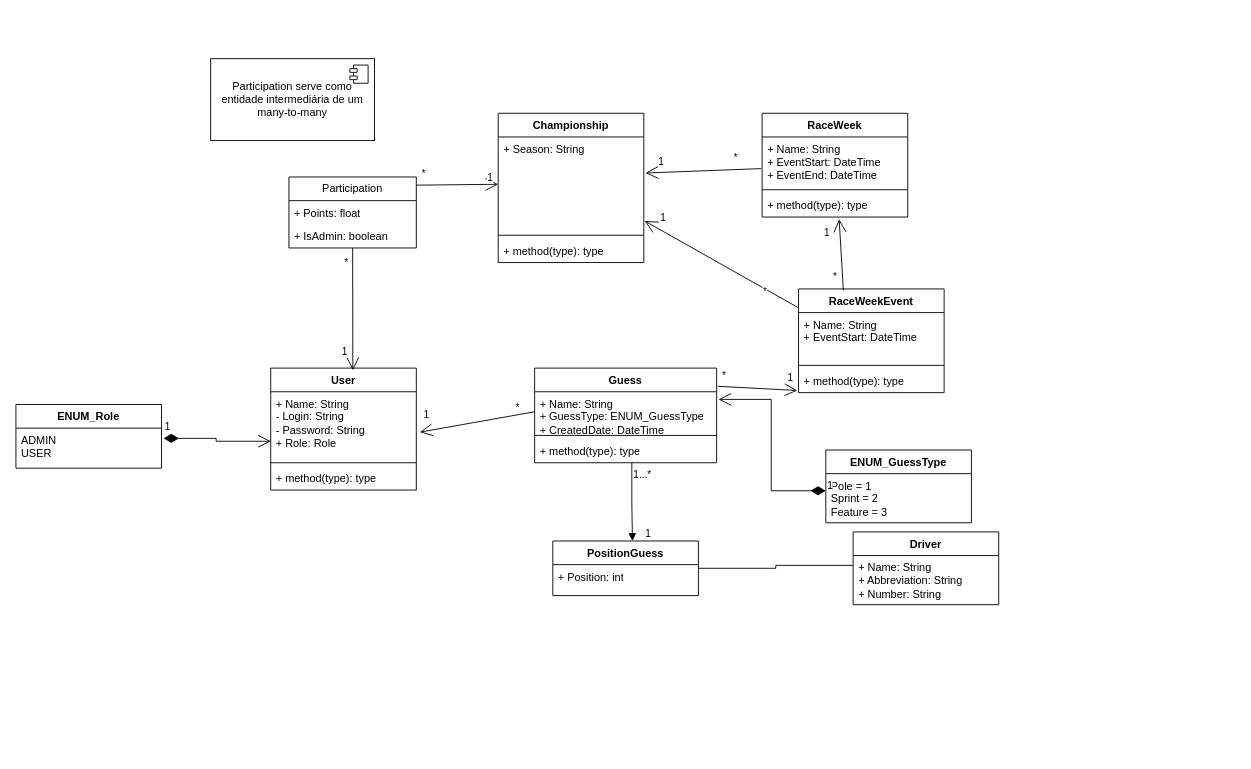
WesllenWorld/f1-palpiteiros-api keeps this draw.io diagram as f1-palpiteiros-api/f1ppt (2).drawio. Above is the earlier version. Source tidied: cells renumbered, new cells numbered last; positions are measured from the earlier drawing's top-left corner, leaving out a move shared by most shapes. Both pictures are drawn from the tidied source at 91%, with x=0, y=0 at pixel (15, 58).
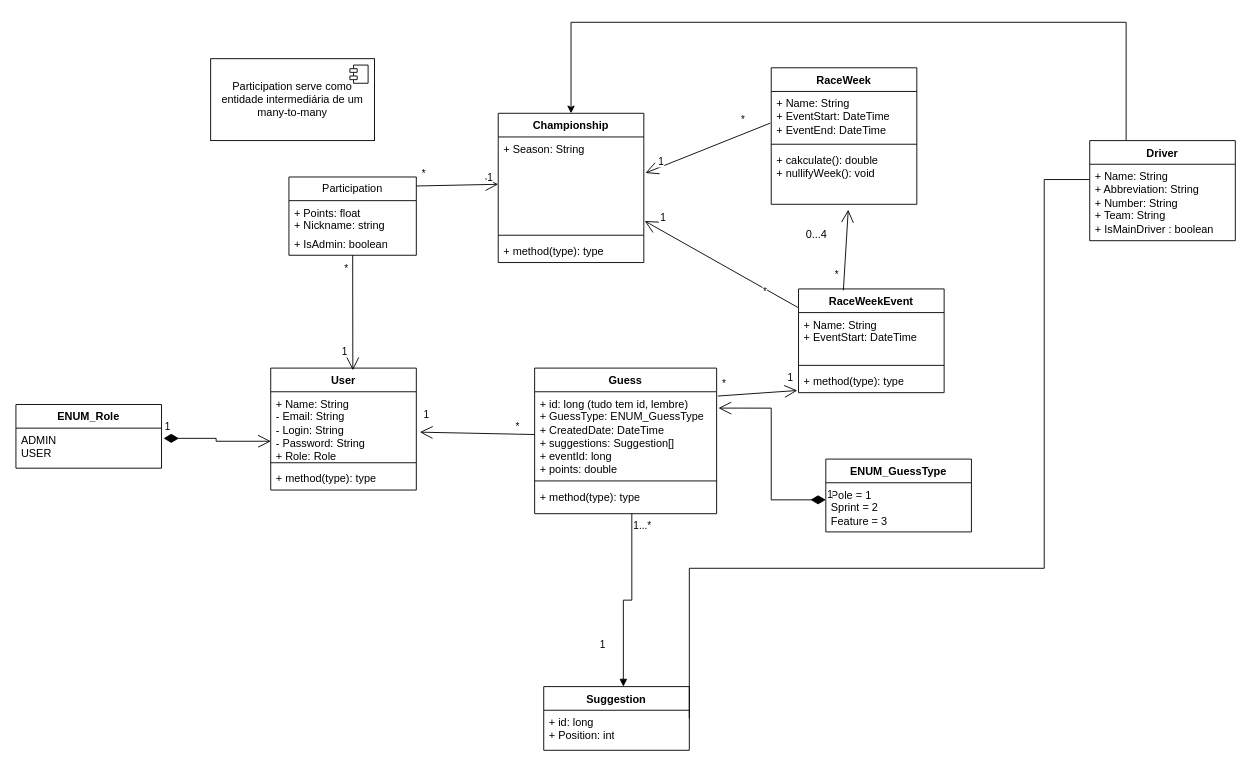
Above is the later version.

Unchanged cells that the change refers to:
```xml
<mxCell id="2" value="User" style="swimlane;fontStyle=1;align=center;verticalAlign=top;horizontal=1;startSize=26;whiteSpace=wrap;html=1;" parent="1" vertex="1">
  <mxGeometry x="280" y="340" width="160" height="134" as="geometry" />
</mxCell>
<mxCell id="6" value="Championship" style="swimlane;fontStyle=1;align=center;verticalAlign=top;horizontal=1;startSize=26;whiteSpace=wrap;html=1;" parent="1" vertex="1">
  <mxGeometry x="530" y="60" width="160" height="164" as="geometry" />
</mxCell>
<mxCell id="53" value="1...*" style="endArrow=block;endFill=1;html=1;edgeStyle=orthogonalEdgeStyle;align=left;verticalAlign=top;rounded=0;exitX=0.534;exitY=1;exitDx=0;exitDy=0;exitPerimeter=0;entryX=0.547;entryY=0;entryDx=0;entryDy=0;entryPerimeter=0;" parent="1" edge="1" source="23" target="55">
  <mxGeometry x="-1" relative="1" as="geometry" />
</mxCell>
```

What changed in the source:
```diff
@@
-    <mxCell id="3" value="+ Name: String&lt;div&gt;- Login: String&lt;/div&gt;&lt;div&gt;- Password: String&lt;/div&gt;&lt;div&gt;+ Role: Role&lt;/div&gt;" style="text;strokeColor=none;fillColor=none;align=left;verticalAlign=top;spacingLeft=4;spacingRight=4;overflow=hidden;points=[[0,0.5],[1,0.5]];portConstraint=eastwest;whiteSpace=wrap;html=1;" parent="2" vertex="1">
+    <mxCell id="3" value="+ Name: String&lt;div&gt;- Email: String&lt;br&gt;&lt;div&gt;- Login: String&lt;/div&gt;&lt;div&gt;- Password: String&lt;/div&gt;&lt;div&gt;+ Role: Role&lt;/div&gt;&lt;/div&gt;" style="text;strokeColor=none;fillColor=none;align=left;verticalAlign=top;spacingLeft=4;spacingRight=4;overflow=hidden;points=[[0,0.5],[1,0.5]];portConstraint=eastwest;whiteSpace=wrap;html=1;" parent="2" vertex="1">
       <mxGeometry y="26" width="160" height="74" as="geometry" />
     </mxCell>
@@
     <mxCell id="12" value="Participation" style="swimlane;fontStyle=0;horizontal=1;startSize=26;fillColor=none;whiteSpace=wrap;html=1;" parent="1" vertex="1">
-      <mxGeometry x="300" y="130" width="140" height="78" as="geometry" />
+      <mxGeometry x="300" y="130" width="140" height="86" as="geometry" />
     </mxCell>
-    <mxCell id="13" value="+ Points: float" style="text;strokeColor=none;fillColor=none;align=left;verticalAlign=top;spacingLeft=4;spacingRight=4;overflow=hidden;whiteSpace=wrap;html=1;" parent="12" vertex="1">
-      <mxGeometry y="26" width="140" height="26" as="geometry" />
+    <mxCell id="13" value="+ Points: float&lt;div&gt;+ Nickname: string&lt;/div&gt;" style="text;strokeColor=none;fillColor=none;align=left;verticalAlign=top;spacingLeft=4;spacingRight=4;overflow=hidden;whiteSpace=wrap;html=1;" parent="12" vertex="1">
+      <mxGeometry y="26" width="140" height="34" as="geometry" />
     </mxCell>
     <mxCell id="14" value="+ IsAdmin: boolean" style="text;strokeColor=none;fillColor=none;align=left;verticalAlign=top;spacingLeft=4;spacingRight=4;overflow=hidden;whiteSpace=wrap;html=1;" parent="12" vertex="1">
-      <mxGeometry y="52" width="140" height="26" as="geometry" />
+      <mxGeometry y="60" width="140" height="26" as="geometry" />
     </mxCell>
@@
     <mxCell id="20" value="Guess" style="swimlane;fontStyle=1;align=center;verticalAlign=top;horizontal=1;startSize=26;whiteSpace=wrap;html=1;" parent="1" vertex="1">
-      <mxGeometry x="570" y="340" width="200" height="104" as="geometry" />
+      <mxGeometry x="570" y="340" width="200" height="160" as="geometry" />
     </mxCell>
-    <mxCell id="21" value="&lt;div&gt;+ Name: String&lt;/div&gt;+ GuessType: ENUM_GuessType&lt;div&gt;+ CreatedDate: DateTime&lt;/div&gt;" style="text;strokeColor=none;fillColor=none;align=left;verticalAlign=top;spacingLeft=4;spacingRight=4;overflow=hidden;points=[[0,0.5],[1,0.5]];portConstraint=eastwest;whiteSpace=wrap;html=1;" parent="20" vertex="1">
-      <mxGeometry y="26" width="200" height="44" as="geometry" />
+    <mxCell id="21" value="&lt;div&gt;+ id: long (tudo tem id, lembre)&lt;/div&gt;+ GuessType: ENUM_GuessType&lt;div&gt;+ CreatedDate: DateTime&lt;/div&gt;&lt;div&gt;+ suggestions: Suggestion[]&lt;/div&gt;&lt;div&gt;+ eventId: long&lt;/div&gt;&lt;div&gt;+ points: double&lt;/div&gt;" style="text;strokeColor=none;fillColor=none;align=left;verticalAlign=top;spacingLeft=4;spacingRight=4;overflow=hidden;points=[[0,0.5],[1,0.5]];portConstraint=eastwest;whiteSpace=wrap;html=1;" parent="20" vertex="1">
+      <mxGeometry y="26" width="200" height="94" as="geometry" />
     </mxCell>
     <mxCell id="22" style="line;strokeWidth=1;fillColor=none;align=left;verticalAlign=middle;spacingTop=-1;spacingLeft=3;spacingRight=3;labelPosition=right;strokeColor=inherit;" parent="20" vertex="1">
-      <mxGeometry y="70" width="200" height="8" as="geometry" />
+      <mxGeometry y="120" width="200" height="8" as="geometry" />
     </mxCell>
     <mxCell id="23" value="+ method(type): type" style="text;strokeColor=none;fillColor=none;align=left;verticalAlign=top;spacingLeft=4;spacingRight=4;overflow=hidden;points=[[0,0.5],[1,0.5]];portConstraint=eastwest;whiteSpace=wrap;html=1;" parent="20" vertex="1">
-      <mxGeometry y="78" width="200" height="26" as="geometry" />
+      <mxGeometry y="128" width="200" height="32" as="geometry" />
     </mxCell>
     <mxCell id="24" value="ENUM_GuessType" style="swimlane;fontStyle=1;align=center;verticalAlign=top;horizontal=1;startSize=26;whiteSpace=wrap;html=1;" parent="1" vertex="1">
-      <mxGeometry x="890" y="430" width="160" height="80" as="geometry" />
+      <mxGeometry x="890" y="440" width="160" height="80" as="geometry" />
     </mxCell>
@@
+    <mxCell id="70" style="edgeStyle=orthogonalEdgeStyle;rounded=0;jettySize=auto;html=1;exitX=0.25;exitY=0;exitDx=0;exitDy=0;entryX=0.5;entryY=0;entryDx=0;entryDy=0;" parent="1" edge="1" source="26" target="6">
+      <mxGeometry relative="1" as="geometry">
+        <Array as="points">
+          <mxPoint x="1220" y="-40" />
+          <mxPoint x="610" y="-40" />
+        </Array>
+      </mxGeometry>
+    </mxCell>
     <mxCell id="26" value="Driver" style="swimlane;fontStyle=1;align=center;verticalAlign=top;horizontal=1;startSize=26;whiteSpace=wrap;html=1;" parent="1" vertex="1">
-      <mxGeometry x="920" y="520" width="160" height="80" as="geometry" />
+      <mxGeometry x="1180" y="90" width="160" height="110" as="geometry" />
     </mxCell>
-    <mxCell id="27" value="+ Name: String&lt;div&gt;+ Abbreviation: String&lt;/div&gt;&lt;div&gt;+ Number: String&lt;/div&gt;" style="text;strokeColor=none;fillColor=none;align=left;verticalAlign=top;spacingLeft=4;spacingRight=4;overflow=hidden;points=[[0,0.5],[1,0.5]];portConstraint=eastwest;whiteSpace=wrap;html=1;" parent="26" vertex="1">
-      <mxGeometry y="26" width="160" height="54" as="geometry" />
+    <mxCell id="27" value="+ Name: String&lt;div&gt;+ Abbreviation: String&lt;/div&gt;&lt;div&gt;+ Number: String&lt;/div&gt;&lt;div&gt;+ Team: String&lt;br&gt;+ IsMainDriver : boolean&lt;/div&gt;&lt;div&gt;&lt;br&gt;&lt;/div&gt;" style="text;strokeColor=none;fillColor=none;align=left;verticalAlign=top;spacingLeft=4;spacingRight=4;overflow=hidden;points=[[0,0.5],[1,0.5]];portConstraint=eastwest;whiteSpace=wrap;html=1;" parent="26" vertex="1">
+      <mxGeometry y="26" width="160" height="84" as="geometry" />
     </mxCell>
     <mxCell id="28" value="RaceWeek" style="swimlane;fontStyle=1;align=center;verticalAlign=top;horizontal=1;startSize=26;whiteSpace=wrap;html=1;" parent="1" vertex="1">
-      <mxGeometry x="820" y="60" width="160" height="114" as="geometry" />
+      <mxGeometry x="830" y="10" width="160" height="150" as="geometry" />
     </mxCell>
@@
-    <mxCell id="31" value="+ method(type): type" style="text;strokeColor=none;fillColor=none;align=left;verticalAlign=top;spacingLeft=4;spacingRight=4;overflow=hidden;points=[[0,0.5],[1,0.5]];portConstraint=eastwest;whiteSpace=wrap;html=1;" parent="28" vertex="1">
-      <mxGeometry y="88" width="160" height="26" as="geometry" />
+    <mxCell id="31" value="+ cakculate(): double&lt;div&gt;+ nullifyWeek(): void&lt;/div&gt;" style="text;strokeColor=none;fillColor=none;align=left;verticalAlign=top;spacingLeft=4;spacingRight=4;overflow=hidden;points=[[0,0.5],[1,0.5]];portConstraint=eastwest;whiteSpace=wrap;html=1;" parent="28" vertex="1">
+      <mxGeometry y="88" width="160" height="62" as="geometry" />
     </mxCell>
@@
     <mxCell id="54" value="1" style="edgeLabel;html=1;align=left;verticalAlign=bottom;" parent="53" vertex="1">
       <mxGeometry x="-1" relative="1" as="geometry">
-        <mxPoint x="13" y="86" as="offset" />
+        <mxPoint x="-37" y="152" as="offset" />
       </mxGeometry>
     </mxCell>
-    <mxCell id="55" value="PositionGuess" style="swimlane;fontStyle=1;align=center;verticalAlign=top;horizontal=1;startSize=26;whiteSpace=wrap;html=1;" parent="1" vertex="1">
-      <mxGeometry x="590" y="530" width="160" height="60" as="geometry" />
+    <mxCell id="55" value="Suggestion" style="swimlane;fontStyle=1;align=center;verticalAlign=top;horizontal=1;startSize=26;whiteSpace=wrap;html=1;" parent="1" vertex="1">
+      <mxGeometry x="580" y="690" width="160" height="70" as="geometry" />
     </mxCell>
-    <mxCell id="56" value="+ Position: int" style="text;strokeColor=none;fillColor=none;align=left;verticalAlign=top;spacingLeft=4;spacingRight=4;overflow=hidden;whiteSpace=wrap;html=1;" parent="55" vertex="1">
-      <mxGeometry y="26" width="160" height="34" as="geometry" />
+    <mxCell id="56" value="&lt;div&gt;+ id: long&lt;/div&gt;+ Position: int" style="text;strokeColor=none;fillColor=none;align=left;verticalAlign=top;spacingLeft=4;spacingRight=4;overflow=hidden;whiteSpace=wrap;html=1;" parent="55" vertex="1">
+      <mxGeometry y="26" width="160" height="44" as="geometry" />
     </mxCell>
     <mxCell id="57" style="endArrow=none;html=1;edgeStyle=orthogonalEdgeStyle;rounded=0;exitX=1;exitY=0.5;exitDx=0;exitDy=0;entryX=0;entryY=0.2;entryDx=0;entryDy=0;entryPerimeter=0;" parent="1" edge="1" source="55" target="27">
-      <mxGeometry relative="1" as="geometry" />
+      <mxGeometry relative="1" as="geometry">
+        <Array as="points">
+          <mxPoint x="1130" y="560" />
+          <mxPoint x="1130" y="133" />
+        </Array>
+      </mxGeometry>
     </mxCell>
@@
-    <mxCell id="64" style="group;" parent="1" vertex="1">
-      <mxGeometry x="890" y="190" as="geometry" />
-    </mxCell>
-    <mxCell id="65" value="1" style="edgeLabel;html=1;align=center;verticalAlign=middle;" parent="64" vertex="1">
-      <mxGeometry as="geometry" />
-    </mxCell>
@@
+    <mxCell id="71" value="0...4" style="text;html=1;whiteSpace=wrap;strokeColor=none;fillColor=none;align=center;verticalAlign=middle;rounded=0;" parent="1" vertex="1">
+      <mxGeometry x="850" y="178" width="60" height="30" as="geometry" />
+    </mxCell>
```
